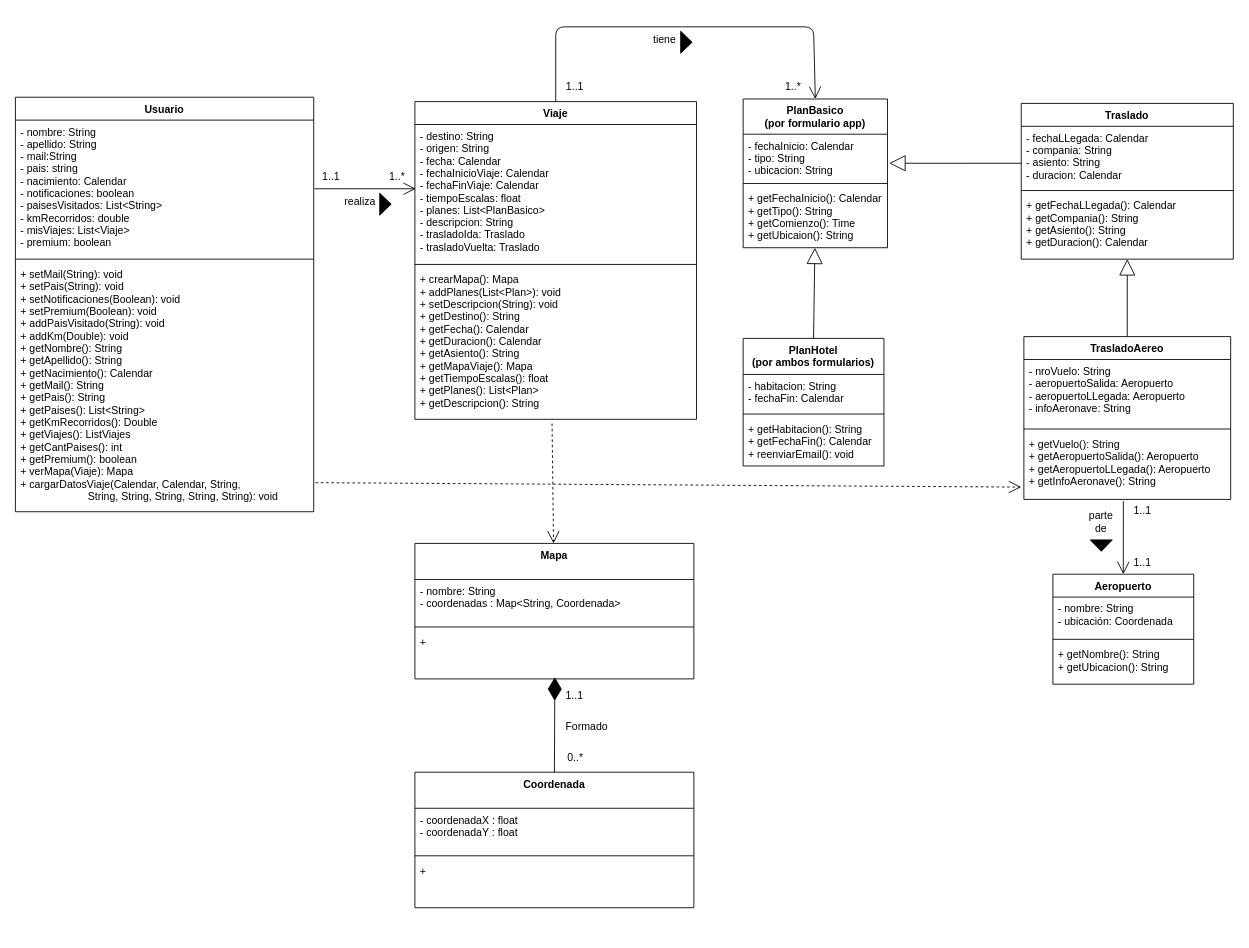
Before: Entrega nro 3/DClasesTPE.drawio in maurogalvan/Grupo-13-Metodologia, a draw.io diagram. Source tidied: cells renumbered, new cells numbered last; positions are measured from the earlier drawing's top-left corner, leaving out a move shared by most shapes. Both pictures are drawn from the tidied source at 88%, with x=0, y=0 at pixel (15, 26).
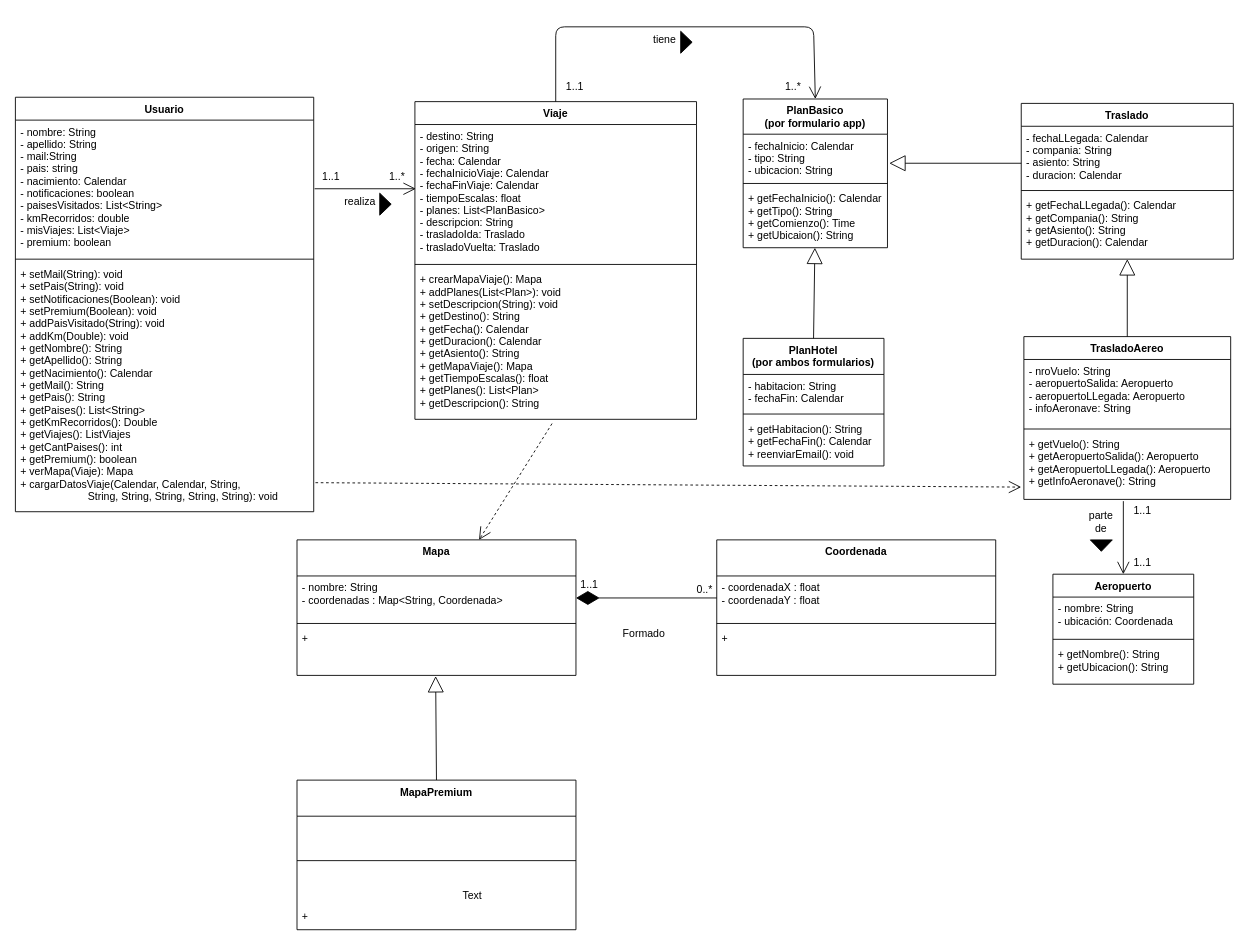
Above is the later version.

Commit message:
Diagrama de clases

Unchanged cells that the change refers to:
```xml
<mxCell id="17" value="Viaje" style="swimlane;fontStyle=1;align=center;verticalAlign=top;horizontal=1;startSize=26;" parent="1" vertex="1">
  <mxGeometry x="454" y="85" width="320" height="361" as="geometry" />
</mxCell>
<mxCell id="51" value="- nombre: String&#10;- coordenadas : Map&lt;String, Coordenada&gt;&#10;" style="text;strokeColor=none;fillColor=none;align=left;verticalAlign=top;spacingLeft=4;spacingRight=4;overflow=hidden;points=[[0,0.5],[1,0.5]];portConstraint=eastwest;" parent="50" vertex="1">
  <mxGeometry y="41" width="317" height="50" as="geometry" />
</mxCell>
<mxCell id="53" value="+" style="text;strokeColor=none;fillColor=none;align=left;verticalAlign=top;spacingLeft=4;spacingRight=4;overflow=hidden;points=[[0,0.5],[1,0.5]];portConstraint=eastwest;" parent="50" vertex="1">
  <mxGeometry y="99" width="317" height="55" as="geometry" />
</mxCell>
<mxCell id="55" value="- coordenadaX : float&#10;- coordenadaY : float" style="text;strokeColor=none;fillColor=none;align=left;verticalAlign=top;spacingLeft=4;spacingRight=4;overflow=hidden;points=[[0,0.5],[1,0.5]];portConstraint=eastwest;" parent="54" vertex="1">
  <mxGeometry y="41" width="317" height="50" as="geometry" />
</mxCell>
```

The edit, as a diff of the source:
```diff
@@
-    <mxCell id="20" value="+ crearMapa(): Mapa&#10;+ addPlanes(List&lt;Plan&gt;): void&#10;+ setDescripcion(String): void&#10;+ getDestino(): String&#10;+ getFecha(): Calendar&#10;+ getDuracion(): Calendar&#10;+ getAsiento(): String&#10;+ getMapaViaje(): Mapa&#10;+ getTiempoEscalas(): float&#10;+ getPlanes(): List&lt;Plan&gt;&#10;+ getDescripcion(): String" style="text;strokeColor=none;fillColor=none;align=left;verticalAlign=top;spacingLeft=4;spacingRight=4;overflow=hidden;points=[[0,0.5],[1,0.5]];portConstraint=eastwest;" parent="17" vertex="1">
+    <mxCell id="20" value="+ crearMapaViaje(): Mapa&#10;+ addPlanes(List&lt;Plan&gt;): void&#10;+ setDescripcion(String): void&#10;+ getDestino(): String&#10;+ getFecha(): Calendar&#10;+ getDuracion(): Calendar&#10;+ getAsiento(): String&#10;+ getMapaViaje(): Mapa&#10;+ getTiempoEscalas(): float&#10;+ getPlanes(): List&lt;Plan&gt;&#10;+ getDescripcion(): String" style="text;strokeColor=none;fillColor=none;align=left;verticalAlign=top;spacingLeft=4;spacingRight=4;overflow=hidden;points=[[0,0.5],[1,0.5]];portConstraint=eastwest;" parent="17" vertex="1">
       <mxGeometry y="189" width="320" height="172" as="geometry" />
     </mxCell>
@@
+    <mxCell id="58" value="0..*" style="text;html=1;align=center;verticalAlign=middle;" parent="1" vertex="1">
+      <mxGeometry x="769" y="631" width="28" height="18" as="geometry" />
+    </mxCell>
+    <mxCell id="59" value="1..1" style="text;html=1;align=center;verticalAlign=middle;" parent="1" vertex="1">
+      <mxGeometry x="637" y="625" width="30" height="18" as="geometry" />
+    </mxCell>
+    <mxCell id="60" value="Formado" style="text;html=1;align=center;verticalAlign=middle;" parent="1" vertex="1">
+      <mxGeometry x="685" y="681" width="58" height="18" as="geometry" />
+    </mxCell>
+    <mxCell id="61" style="endArrow=diamondThin;endFill=1;endSize=24;html=1;exitX=0;exitY=0.5;exitDx=0;exitDy=0;entryX=1;entryY=0.5;entryDx=0;entryDy=0;" parent="1" edge="1" source="55" target="51">
+      <mxGeometry relative="1" as="geometry" />
+    </mxCell>
     <mxCell id="50" value="Mapa" style="swimlane;fontStyle=1;align=center;verticalAlign=top;horizontal=1;startSize=41;" parent="1" vertex="1">
-      <mxGeometry x="454" y="587" width="317" height="154" as="geometry" />
+      <mxGeometry x="320" y="583" width="317" height="154" as="geometry" />
     </mxCell>
@@
+    <mxCell id="62" style="endArrow=block;endSize=16;endFill=0;html=1;exitX=0.5;exitY=0;exitDx=0;exitDy=0;entryX=0.497;entryY=1.014;entryDx=0;entryDy=0;entryPerimeter=0;" parent="1" edge="1" source="63" target="53">
+      <mxGeometry relative="1" as="geometry" />
+    </mxCell>
+    <mxCell id="63" value="MapaPremium" style="swimlane;fontStyle=1;align=center;verticalAlign=top;horizontal=1;startSize=41;" parent="1" vertex="1">
+      <mxGeometry x="320" y="856" width="317" height="170" as="geometry" />
+    </mxCell>
+    <mxCell id="64" style="line;strokeWidth=1;fillColor=none;align=left;verticalAlign=middle;spacingTop=-1;spacingLeft=3;spacingRight=3;labelPosition=right;" parent="63" vertex="1">
+      <mxGeometry y="41" width="317" height="101" as="geometry" />
+    </mxCell>
+    <mxCell id="65" value="Text" style="text;html=1;align=center;verticalAlign=middle;" parent="64" vertex="1">
+      <mxGeometry x="183" y="82" width="32" height="18" as="geometry" />
+    </mxCell>
+    <mxCell id="66" value="+" style="text;strokeColor=none;fillColor=none;align=left;verticalAlign=top;spacingLeft=4;spacingRight=4;overflow=hidden;" parent="63" vertex="1">
+      <mxGeometry y="142" width="317" height="28" as="geometry" />
+    </mxCell>
     <mxCell id="54" value="Coordenada" style="swimlane;fontStyle=1;align=center;verticalAlign=top;horizontal=1;startSize=41;" parent="1" vertex="1">
-      <mxGeometry x="454" y="847" width="317" height="154" as="geometry" />
+      <mxGeometry x="797" y="583" width="317" height="154" as="geometry" />
     </mxCell>
@@
-    <mxCell id="58" value="0..*" style="text;html=1;align=center;verticalAlign=middle;" parent="1" vertex="1">
-      <mxGeometry x="622" y="822" width="28" height="18" as="geometry" />
-    </mxCell>
-    <mxCell id="59" value="1..1" style="text;html=1;align=center;verticalAlign=middle;" parent="1" vertex="1">
-      <mxGeometry x="620" y="751" width="30" height="18" as="geometry" />
-    </mxCell>
-    <mxCell id="60" value="Formado" style="text;html=1;align=center;verticalAlign=middle;" parent="1" vertex="1">
-      <mxGeometry x="620" y="787" width="58" height="18" as="geometry" />
-    </mxCell>
-    <mxCell id="61" style="endArrow=diamondThin;endFill=1;endSize=24;html=1;exitX=0.5;exitY=0;exitDx=0;exitDy=0;" parent="1" edge="1" source="54">
-      <mxGeometry relative="1" as="geometry">
-        <mxPoint x="613" y="739" as="targetPoint" />
-      </mxGeometry>
-    </mxCell>
```
